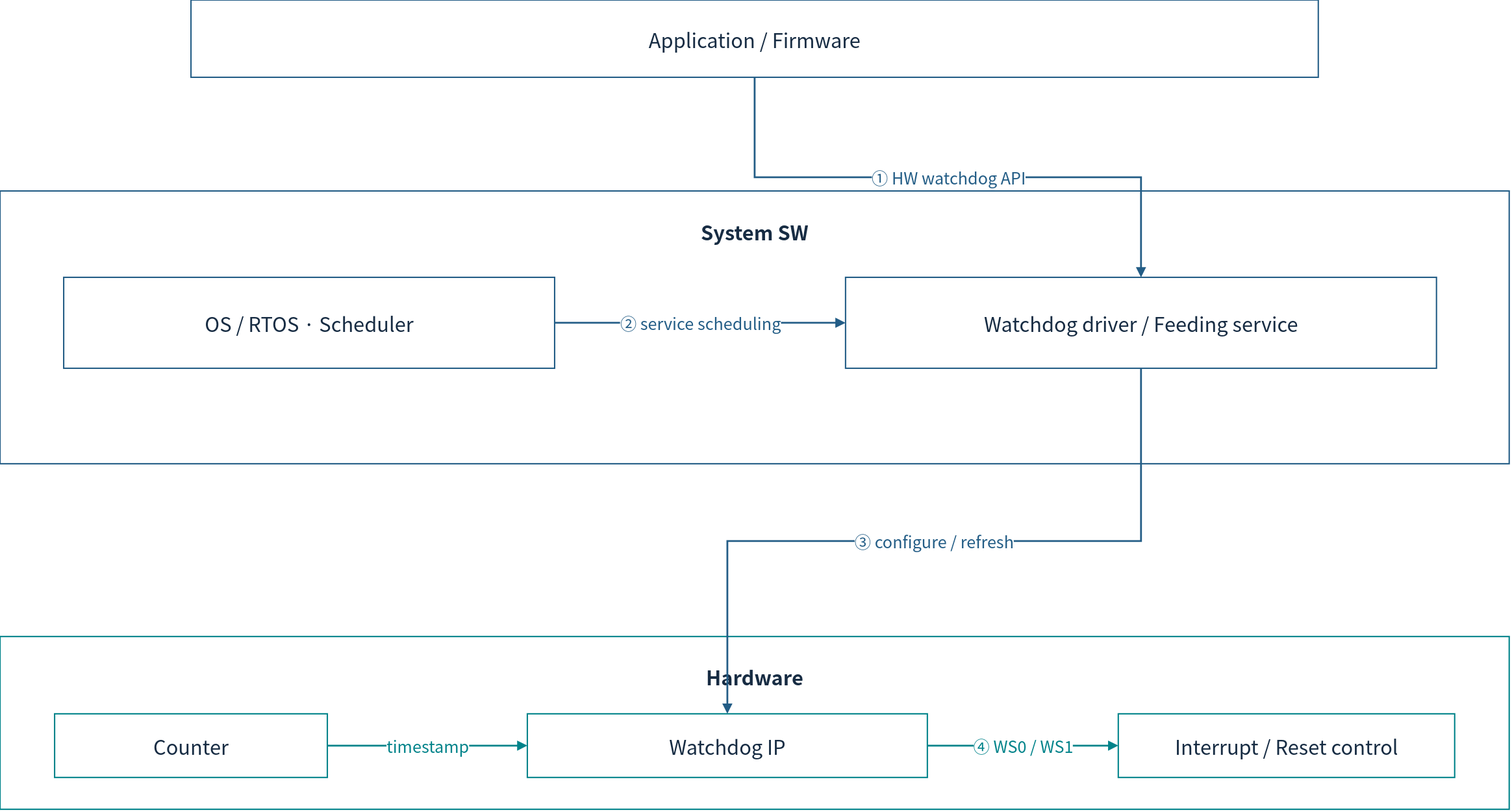
Before: doc/phase1/watchdog/diagrams/00-system.drawio.svg, a diagram exported from draw.io (cometzero/project-apollo). Source tidied: cells renumbered, new cells last; positions are measured from the earlier drawing's top-left corner, leaving out a move shared by most shapes.
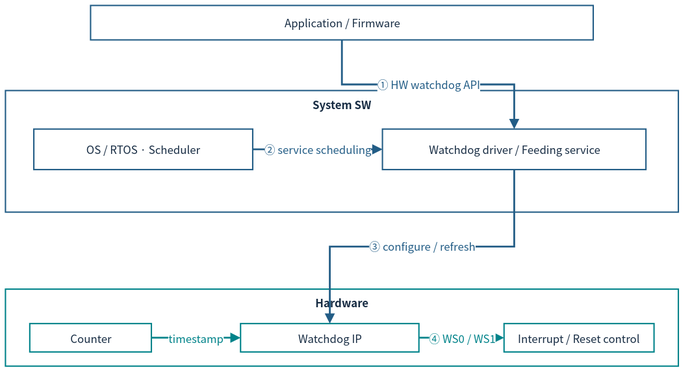
Above is the later version.

Change to the diagram source:
```diff
@@ -2,43 +2,43 @@
   <root>
     <mxCell id="0" />
     <mxCell id="1" parent="0" />
-    <mxCell id="2" value="Application / Firmware" style="rounded=0;whiteSpace=wrap;html=1;fillColor=#FFFFFF;strokeColor=#235D86;strokeWidth=1.5;fontColor=#172C43;fontFamily=Noto Sans CJK KR;fontSize=22;spacing=10;" parent="1" vertex="1">
-      <mxGeometry x="210" width="1240" height="85" as="geometry" />
+    <mxCell id="2" value="Application / Firmware" style="rounded=0;whiteSpace=wrap;html=1;fillColor=#FFFFFF;strokeColor=#235D86;strokeWidth=1.5;fontColor=#172C43;fontFamily=Noto Sans CJK KR;fontSize=12;spacing=3;whiteSpace=wrap;" parent="1" vertex="1">
+      <mxGeometry x="35.6" y="-128" width="552.8" height="37.9" as="geometry" />
     </mxCell>
-    <mxCell id="3" value="System SW" style="rounded=0;whiteSpace=wrap;html=1;fillColor=#FFFFFF;strokeColor=#235D86;strokeWidth=1.5;fontColor=#172C43;fontFamily=Noto Sans CJK KR;fontSize=22;spacing=10;verticalAlign=top;fontStyle=1;spacingTop=16;" parent="1" vertex="1">
-      <mxGeometry y="210" width="1660" height="300" as="geometry" />
+    <mxCell id="3" value="System SW" style="rounded=0;whiteSpace=wrap;html=1;fillColor=#FFFFFF;strokeColor=#235D86;strokeWidth=1.5;fontColor=#172C43;fontFamily=Noto Sans CJK KR;verticalAlign=top;fontStyle=1;fontSize=12;spacing=3;whiteSpace=wrap;" parent="1" vertex="1">
+      <mxGeometry x="-58" y="-34.4" width="740" height="133.7" as="geometry" />
     </mxCell>
-    <mxCell id="4" value="OS / RTOS · Scheduler" style="rounded=0;whiteSpace=wrap;html=1;fillColor=#FFFFFF;strokeColor=#235D86;strokeWidth=1.5;fontColor=#172C43;fontFamily=Noto Sans CJK KR;fontSize=22;spacing=10;" parent="1" vertex="1">
-      <mxGeometry x="70" y="305" width="540" height="100" as="geometry" />
+    <mxCell id="4" value="OS / RTOS · Scheduler" style="rounded=0;whiteSpace=wrap;html=1;fillColor=#FFFFFF;strokeColor=#235D86;strokeWidth=1.5;fontColor=#172C43;fontFamily=Noto Sans CJK KR;fontSize=12;spacing=3;whiteSpace=wrap;" parent="1" vertex="1">
+      <mxGeometry x="-26.8" y="8" width="240.7" height="44.6" as="geometry" />
     </mxCell>
-    <mxCell id="5" value="Watchdog driver / Feeding service" style="rounded=0;whiteSpace=wrap;html=1;fillColor=#FFFFFF;strokeColor=#235D86;strokeWidth=1.5;fontColor=#172C43;fontFamily=Noto Sans CJK KR;fontSize=22;spacing=10;" parent="1" vertex="1">
-      <mxGeometry x="930" y="305" width="650" height="100" as="geometry" />
+    <mxCell id="5" value="Watchdog driver / Feeding service" style="rounded=0;whiteSpace=wrap;html=1;fillColor=#FFFFFF;strokeColor=#235D86;strokeWidth=1.5;fontColor=#172C43;fontFamily=Noto Sans CJK KR;fontSize=12;spacing=3;whiteSpace=wrap;" parent="1" vertex="1">
+      <mxGeometry x="356.6" y="8" width="289.8" height="44.6" as="geometry" />
     </mxCell>
-    <mxCell id="6" value="Hardware" style="rounded=0;whiteSpace=wrap;html=1;fillColor=#FFFFFF;strokeColor=#00838A;strokeWidth=1.5;fontColor=#172C43;fontFamily=Noto Sans CJK KR;fontSize=22;spacing=10;verticalAlign=top;fontStyle=1;spacingTop=16;" parent="1" vertex="1">
-      <mxGeometry y="700" width="1660" height="190" as="geometry" />
+    <mxCell id="6" value="Hardware" style="rounded=0;whiteSpace=wrap;html=1;fillColor=#FFFFFF;strokeColor=#00838A;strokeWidth=1.5;fontColor=#172C43;fontFamily=Noto Sans CJK KR;verticalAlign=top;fontStyle=1;fontSize=12;spacing=3;whiteSpace=wrap;" parent="1" vertex="1">
+      <mxGeometry x="-58" y="184.1" width="740" height="84.7" as="geometry" />
     </mxCell>
-    <mxCell id="7" value="Counter" style="rounded=0;whiteSpace=wrap;html=1;fillColor=#FFFFFF;strokeColor=#00838A;strokeWidth=1.5;fontColor=#172C43;fontFamily=Noto Sans CJK KR;fontSize=22;spacing=10;" parent="1" vertex="1">
-      <mxGeometry x="60" y="785" width="300" height="70" as="geometry" />
+    <mxCell id="7" value="Counter" style="rounded=0;whiteSpace=wrap;html=1;fillColor=#FFFFFF;strokeColor=#00838A;strokeWidth=1.5;fontColor=#172C43;fontFamily=Noto Sans CJK KR;fontSize=12;spacing=3;whiteSpace=wrap;" parent="1" vertex="1">
+      <mxGeometry x="-31.2" y="221.9" width="133.7" height="31.2" as="geometry" />
     </mxCell>
-    <mxCell id="8" value="Watchdog IP" style="rounded=0;whiteSpace=wrap;html=1;fillColor=#FFFFFF;strokeColor=#00838A;strokeWidth=1.5;fontColor=#172C43;fontFamily=Noto Sans CJK KR;fontSize=22;spacing=10;" parent="1" vertex="1">
-      <mxGeometry x="580" y="785" width="440" height="70" as="geometry" />
+    <mxCell id="8" value="Watchdog IP" style="rounded=0;whiteSpace=wrap;html=1;fillColor=#FFFFFF;strokeColor=#00838A;strokeWidth=1.5;fontColor=#172C43;fontFamily=Noto Sans CJK KR;fontSize=12;spacing=3;whiteSpace=wrap;" parent="1" vertex="1">
+      <mxGeometry x="200.6" y="221.9" width="196.1" height="31.2" as="geometry" />
     </mxCell>
-    <mxCell id="9" value="Interrupt / Reset control" style="rounded=0;whiteSpace=wrap;html=1;fillColor=#FFFFFF;strokeColor=#00838A;strokeWidth=1.5;fontColor=#172C43;fontFamily=Noto Sans CJK KR;fontSize=22;spacing=10;" parent="1" vertex="1">
-      <mxGeometry x="1230" y="785" width="370" height="70" as="geometry" />
+    <mxCell id="9" value="Interrupt / Reset control" style="rounded=0;whiteSpace=wrap;html=1;fillColor=#FFFFFF;strokeColor=#00838A;strokeWidth=1.5;fontColor=#172C43;fontFamily=Noto Sans CJK KR;fontSize=12;spacing=3;whiteSpace=wrap;" parent="1" vertex="1">
+      <mxGeometry x="490.3" y="221.9" width="164.9" height="31.2" as="geometry" />
     </mxCell>
-    <mxCell id="10" value="① HW watchdog API" style="edgeStyle=orthogonalEdgeStyle;rounded=0;html=1;endArrow=block;endFill=1;strokeWidth=2;strokeColor=#235D86;fontColor=#235D86;fontFamily=Noto Sans CJK KR;fontSize=18;labelBackgroundColor=#FFFFFF;" parent="1" edge="1" source="2" target="5">
+    <mxCell id="10" value="① HW watchdog API" style="edgeStyle=orthogonalEdgeStyle;rounded=0;html=1;endArrow=block;endFill=1;strokeWidth=2;strokeColor=#235D86;fontColor=#235D86;fontFamily=Noto Sans CJK KR;labelBackgroundColor=#FFFFFF;fontSize=12;spacing=3;whiteSpace=nowrap;" parent="1" edge="1" source="2" target="5">
       <mxGeometry relative="1" as="geometry" />
     </mxCell>
-    <mxCell id="11" value="② service scheduling" style="edgeStyle=orthogonalEdgeStyle;rounded=0;html=1;endArrow=block;endFill=1;strokeWidth=2;strokeColor=#235D86;fontColor=#235D86;fontFamily=Noto Sans CJK KR;fontSize=18;labelBackgroundColor=#FFFFFF;" parent="1" edge="1" source="4" target="5">
+    <mxCell id="11" value="② service scheduling" style="edgeStyle=orthogonalEdgeStyle;rounded=0;html=1;endArrow=block;endFill=1;strokeWidth=2;strokeColor=#235D86;fontColor=#235D86;fontFamily=Noto Sans CJK KR;labelBackgroundColor=#FFFFFF;fontSize=12;spacing=3;whiteSpace=nowrap;" parent="1" edge="1" source="4" target="5">
       <mxGeometry relative="1" as="geometry" />
     </mxCell>
-    <mxCell id="12" value="③ configure / refresh" style="edgeStyle=orthogonalEdgeStyle;rounded=0;html=1;endArrow=block;endFill=1;strokeWidth=2;strokeColor=#235D86;fontColor=#235D86;fontFamily=Noto Sans CJK KR;fontSize=18;labelBackgroundColor=#FFFFFF;" parent="1" edge="1" source="5" target="8">
+    <mxCell id="12" value="③ configure / refresh" style="edgeStyle=orthogonalEdgeStyle;rounded=0;html=1;endArrow=block;endFill=1;strokeWidth=2;strokeColor=#235D86;fontColor=#235D86;fontFamily=Noto Sans CJK KR;labelBackgroundColor=#FFFFFF;fontSize=12;spacing=3;whiteSpace=nowrap;" parent="1" edge="1" source="5" target="8">
       <mxGeometry relative="1" as="geometry" />
     </mxCell>
-    <mxCell id="13" value="timestamp" style="edgeStyle=orthogonalEdgeStyle;rounded=0;html=1;endArrow=block;endFill=1;strokeWidth=2;strokeColor=#00838A;fontColor=#00838A;fontFamily=Noto Sans CJK KR;fontSize=18;labelBackgroundColor=#FFFFFF;" parent="1" edge="1" source="7" target="8">
+    <mxCell id="13" value="timestamp" style="edgeStyle=orthogonalEdgeStyle;rounded=0;html=1;endArrow=block;endFill=1;strokeWidth=2;strokeColor=#00838A;fontColor=#00838A;fontFamily=Noto Sans CJK KR;labelBackgroundColor=#FFFFFF;fontSize=12;spacing=3;whiteSpace=nowrap;" parent="1" edge="1" source="7" target="8">
       <mxGeometry relative="1" as="geometry" />
     </mxCell>
-    <mxCell id="14" value="④ WS0 / WS1" style="edgeStyle=orthogonalEdgeStyle;rounded=0;html=1;endArrow=block;endFill=1;strokeWidth=2;strokeColor=#00838A;fontColor=#00838A;fontFamily=Noto Sans CJK KR;fontSize=18;labelBackgroundColor=#FFFFFF;" parent="1" edge="1" source="8" target="9">
+    <mxCell id="14" value="④ WS0 / WS1" style="edgeStyle=orthogonalEdgeStyle;rounded=0;html=1;endArrow=block;endFill=1;strokeWidth=2;strokeColor=#00838A;fontColor=#00838A;fontFamily=Noto Sans CJK KR;labelBackgroundColor=#FFFFFF;fontSize=12;spacing=3;whiteSpace=nowrap;" parent="1" edge="1" source="8" target="9">
       <mxGeometry relative="1" as="geometry" />
     </mxCell>
   </root>
```
